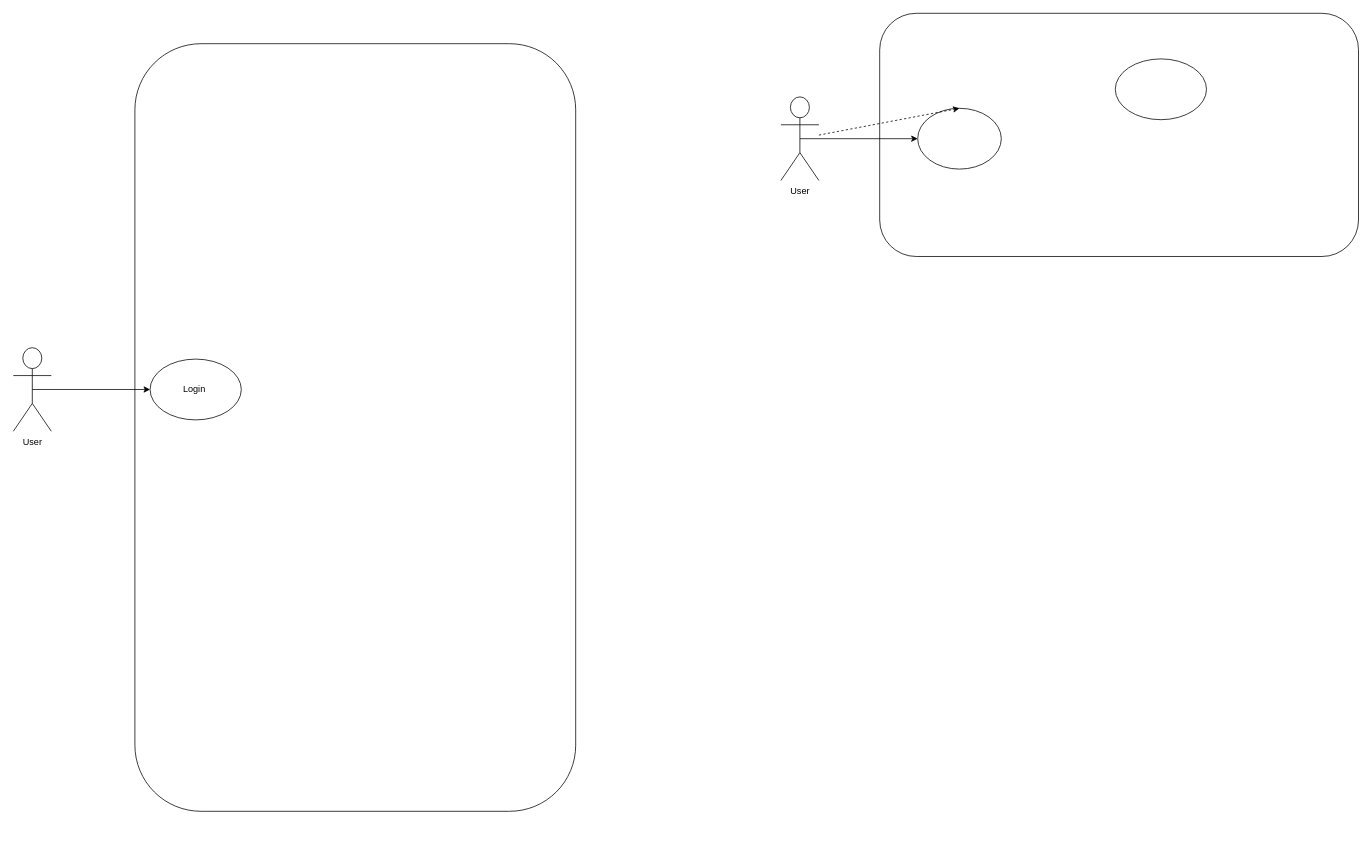
Earlier version of the draw.io diagram Untitled Diagram.drawio (Mewww2k4/Project). Source tidied: cells renumbered, new cells numbered last; positions are measured from the earlier drawing's top-left corner, leaving out a move shared by most shapes. Both pictures are drawn from the tidied source at 76%, with x=0, y=0 at pixel (13, 13).
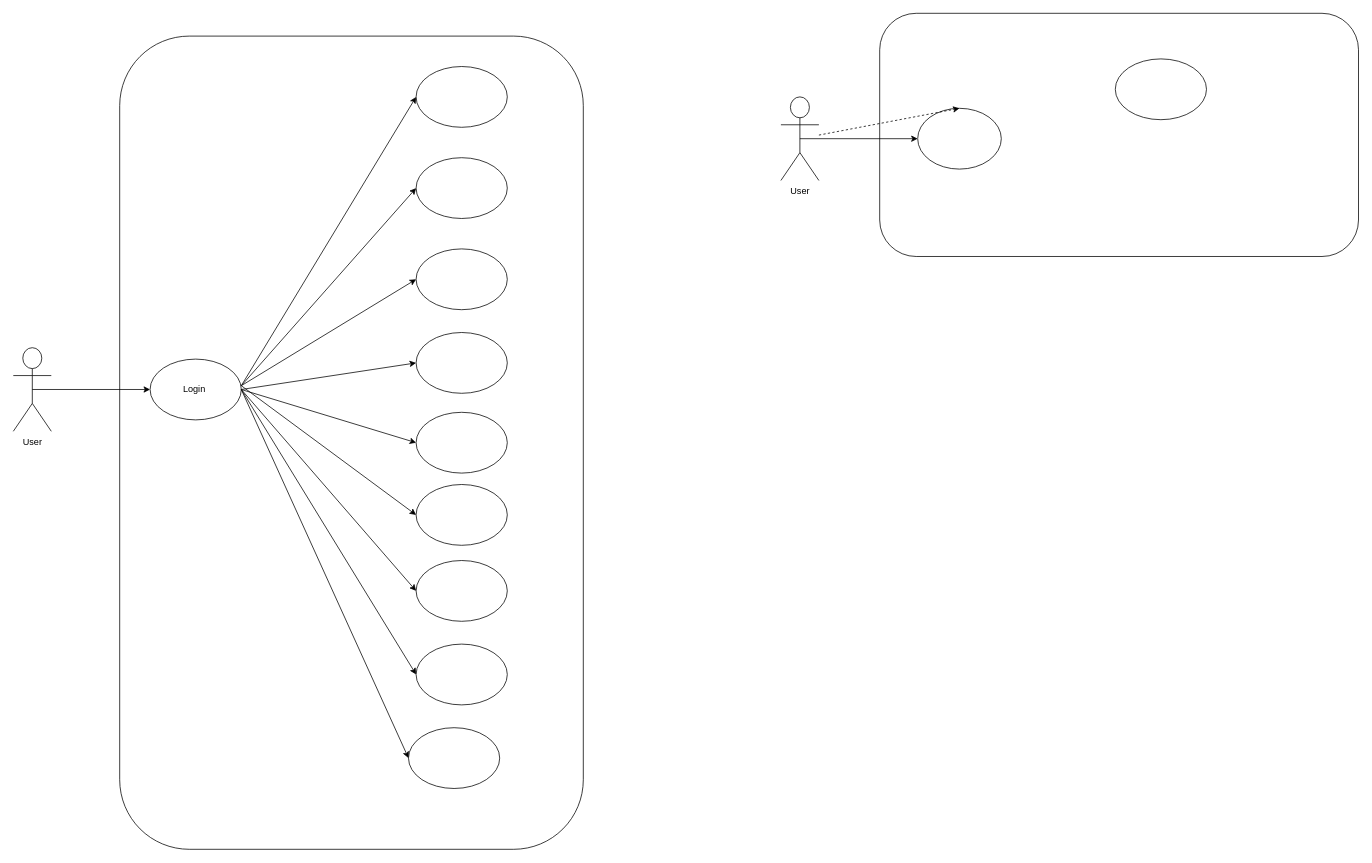
After the change.

The change refers to these unchanged cells:
```xml
<mxCell id="5" value="Login&amp;nbsp;" style="ellipse;whiteSpace=wrap;html=1;" parent="1" vertex="1">
  <mxGeometry x="180" y="455" width="120" height="80" as="geometry" />
</mxCell>
```

Diff of the diagram source:
```diff
@@
     <mxCell id="3" style="rounded=1;whiteSpace=wrap;html=1;fillColor=default;gradientColor=none;" parent="1" vertex="1">
-      <mxGeometry x="160" y="40" width="580" height="1010" as="geometry" />
+      <mxGeometry x="140" y="30" width="610" height="1070" as="geometry" />
     </mxCell>
@@
+    <mxCell id="12" style="ellipse;whiteSpace=wrap;html=1;" parent="1" vertex="1">
+      <mxGeometry x="530" y="70" width="120" height="80" as="geometry" />
+    </mxCell>
@@
+    <mxCell id="13" style="endArrow=classic;html=1;rounded=0;entryX=0;entryY=0.5;entryDx=0;entryDy=0;" parent="1" edge="1" target="12">
+      <mxGeometry relative="1" as="geometry">
+        <mxPoint x="300" y="490" as="sourcePoint" />
+      </mxGeometry>
+    </mxCell>
@@
+    <mxCell id="14" style="ellipse;whiteSpace=wrap;html=1;" parent="1" vertex="1">
+      <mxGeometry x="530" y="190" width="120" height="80" as="geometry" />
+    </mxCell>
@@
+    <mxCell id="15" style="ellipse;whiteSpace=wrap;html=1;" parent="1" vertex="1">
+      <mxGeometry x="530" y="310" width="120" height="80" as="geometry" />
+    </mxCell>
@@
+    <mxCell id="16" style="ellipse;whiteSpace=wrap;html=1;" parent="1" vertex="1">
+      <mxGeometry x="530" y="420" width="120" height="80" as="geometry" />
+    </mxCell>
@@
+    <mxCell id="17" style="ellipse;whiteSpace=wrap;html=1;" parent="1" vertex="1">
+      <mxGeometry x="530" y="525" width="120" height="80" as="geometry" />
+    </mxCell>
@@
+    <mxCell id="18" style="ellipse;whiteSpace=wrap;html=1;" parent="1" vertex="1">
+      <mxGeometry x="530" y="620" width="120" height="80" as="geometry" />
+    </mxCell>
+    <mxCell id="19" style="ellipse;whiteSpace=wrap;html=1;" parent="1" vertex="1">
+      <mxGeometry x="530" y="720" width="120" height="80" as="geometry" />
+    </mxCell>
+    <mxCell id="20" style="ellipse;whiteSpace=wrap;html=1;" parent="1" vertex="1">
+      <mxGeometry x="530" y="830" width="120" height="80" as="geometry" />
+    </mxCell>
+    <mxCell id="21" style="endArrow=classic;html=1;rounded=0;entryX=0;entryY=0.5;entryDx=0;entryDy=0;" parent="1" edge="1" target="14">
+      <mxGeometry relative="1" as="geometry">
+        <mxPoint x="300" y="490" as="sourcePoint" />
+      </mxGeometry>
+    </mxCell>
+    <mxCell id="22" style="endArrow=classic;html=1;rounded=0;entryX=0;entryY=0.5;entryDx=0;entryDy=0;" parent="1" edge="1" target="15">
+      <mxGeometry relative="1" as="geometry">
+        <mxPoint x="300" y="490" as="sourcePoint" />
+      </mxGeometry>
+    </mxCell>
+    <mxCell id="23" style="endArrow=classic;html=1;rounded=0;entryX=0;entryY=0.5;entryDx=0;entryDy=0;exitX=1;exitY=0.5;exitDx=0;exitDy=0;" parent="1" edge="1" source="5" target="16">
+      <mxGeometry relative="1" as="geometry" />
+    </mxCell>
+    <mxCell id="24" style="endArrow=classic;html=1;rounded=0;entryX=0;entryY=0.5;entryDx=0;entryDy=0;exitX=1;exitY=0.5;exitDx=0;exitDy=0;" parent="1" edge="1" source="5" target="17">
+      <mxGeometry relative="1" as="geometry" />
+    </mxCell>
+    <mxCell id="25" style="endArrow=classic;html=1;rounded=0;entryX=0;entryY=0.5;entryDx=0;entryDy=0;" parent="1" edge="1" target="18">
+      <mxGeometry relative="1" as="geometry">
+        <mxPoint x="300" y="490" as="sourcePoint" />
+      </mxGeometry>
+    </mxCell>
+    <mxCell id="26" style="endArrow=classic;html=1;rounded=0;exitX=1;exitY=0.5;exitDx=0;exitDy=0;entryX=0;entryY=0.5;entryDx=0;entryDy=0;" parent="1" edge="1" source="5" target="19">
+      <mxGeometry relative="1" as="geometry" />
+    </mxCell>
+    <mxCell id="27" style="endArrow=classic;html=1;rounded=0;entryX=0;entryY=0.5;entryDx=0;entryDy=0;exitX=1;exitY=0.5;exitDx=0;exitDy=0;" parent="1" edge="1" source="5" target="20">
+      <mxGeometry relative="1" as="geometry" />
+    </mxCell>
+    <mxCell id="28" style="ellipse;whiteSpace=wrap;html=1;" parent="1" vertex="1">
+      <mxGeometry x="520" y="940" width="120" height="80" as="geometry" />
+    </mxCell>
+    <mxCell id="29" style="endArrow=classic;html=1;rounded=0;exitX=1;exitY=0.5;exitDx=0;exitDy=0;entryX=0;entryY=0.5;entryDx=0;entryDy=0;" parent="1" edge="1" source="5" target="28">
+      <mxGeometry relative="1" as="geometry" />
+    </mxCell>
```
